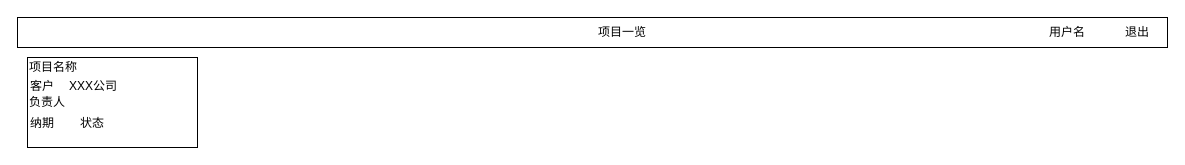
Before: page "pm-projects" (2 of 19) of project-in-action/software-develop-management-system/doc/design/ui/sdms.drawio in callistoctopus/project-all-in-one, a draw.io diagram. Source tidied: cells renumbered, new cells numbered last; positions are measured from the earlier drawing's top-left corner, leaving out a move shared by most shapes. Both pictures are drawn from the tidied source at 100%, with x=0, y=0 at pixel (17, 17).
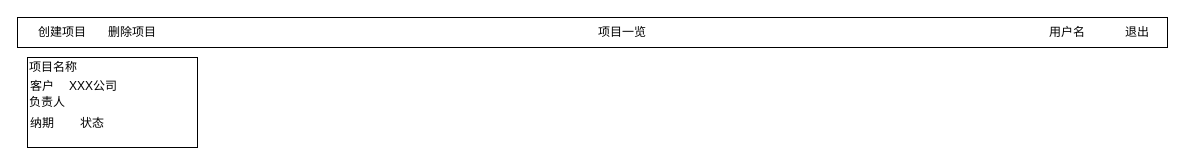
The same diagram, later.

What changed in the source:
```diff
@@
 <mxGraphModel>
   <root>
     <mxCell id="0" />
     <mxCell id="1" parent="0" />
     <mxCell id="2" style="rounded=0;whiteSpace=wrap;html=1;" parent="1" vertex="1">
       <mxGeometry width="1150" height="30" as="geometry" />
     </mxCell>
     <mxCell id="3" style="rounded=0;whiteSpace=wrap;html=1;" parent="1" vertex="1">
       <mxGeometry x="10" y="40" width="170" height="90" as="geometry" />
     </mxCell>
     <mxCell id="4" value="项目一览" style="text;html=1;strokeColor=none;fillColor=none;align=center;verticalAlign=middle;whiteSpace=wrap;rounded=0;" parent="1" vertex="1">
       <mxGeometry x="530" y="5" width="150" height="20" as="geometry" />
     </mxCell>
     <mxCell id="5" value="用户名" style="text;html=1;strokeColor=none;fillColor=none;align=center;verticalAlign=middle;whiteSpace=wrap;rounded=0;" parent="1" vertex="1">
       <mxGeometry x="1030" y="5" width="40" height="20" as="geometry" />
     </mxCell>
     <mxCell id="6" value="项目名称" style="text;html=1;strokeColor=none;fillColor=none;align=left;verticalAlign=middle;whiteSpace=wrap;rounded=0;" parent="1" vertex="1">
       <mxGeometry x="10" y="40" width="120" height="20" as="geometry" />
     </mxCell>
     <mxCell id="7" value="XXX公司" style="text;html=1;strokeColor=none;fillColor=none;align=left;verticalAlign=middle;whiteSpace=wrap;rounded=0;" parent="1" vertex="1">
       <mxGeometry x="50" y="59" width="60" height="20" as="geometry" />
     </mxCell>
     <mxCell id="8" value="负责人" style="text;html=1;strokeColor=none;fillColor=none;align=left;verticalAlign=middle;whiteSpace=wrap;rounded=0;" parent="1" vertex="1">
       <mxGeometry x="10" y="75" width="40" height="20" as="geometry" />
     </mxCell>
     <mxCell id="9" value="纳期" style="text;html=1;strokeColor=none;fillColor=none;align=left;verticalAlign=middle;whiteSpace=wrap;rounded=0;" parent="1" vertex="1">
       <mxGeometry x="11" y="95" width="50" height="22" as="geometry" />
     </mxCell>
     <mxCell id="10" value="状态" style="text;html=1;strokeColor=none;fillColor=none;align=left;verticalAlign=middle;whiteSpace=wrap;rounded=0;" parent="1" vertex="1">
       <mxGeometry x="61" y="95" width="50" height="22" as="geometry" />
     </mxCell>
     <mxCell id="11" value="客户" style="text;html=1;strokeColor=none;fillColor=none;align=left;verticalAlign=middle;whiteSpace=wrap;rounded=0;" parent="1" vertex="1">
       <mxGeometry x="11" y="59" width="40" height="20" as="geometry" />
     </mxCell>
     <mxCell id="12" value="退出" style="text;html=1;strokeColor=none;fillColor=none;align=center;verticalAlign=middle;whiteSpace=wrap;rounded=0;" parent="1" vertex="1">
       <mxGeometry x="1100" y="5" width="40" height="20" as="geometry" />
     </mxCell>
+    <mxCell id="13" value="创建项目" style="text;html=1;strokeColor=none;fillColor=none;align=center;verticalAlign=middle;whiteSpace=wrap;rounded=0;" parent="1" vertex="1">
+      <mxGeometry x="10" y="5" width="70" height="20" as="geometry" />
+    </mxCell>
+    <mxCell id="14" value="删除项目" style="text;html=1;strokeColor=none;fillColor=none;align=center;verticalAlign=middle;whiteSpace=wrap;rounded=0;" parent="1" vertex="1">
+      <mxGeometry x="80" y="5" width="70" height="20" as="geometry" />
+    </mxCell>
   </root>
 </mxGraphModel>
```
